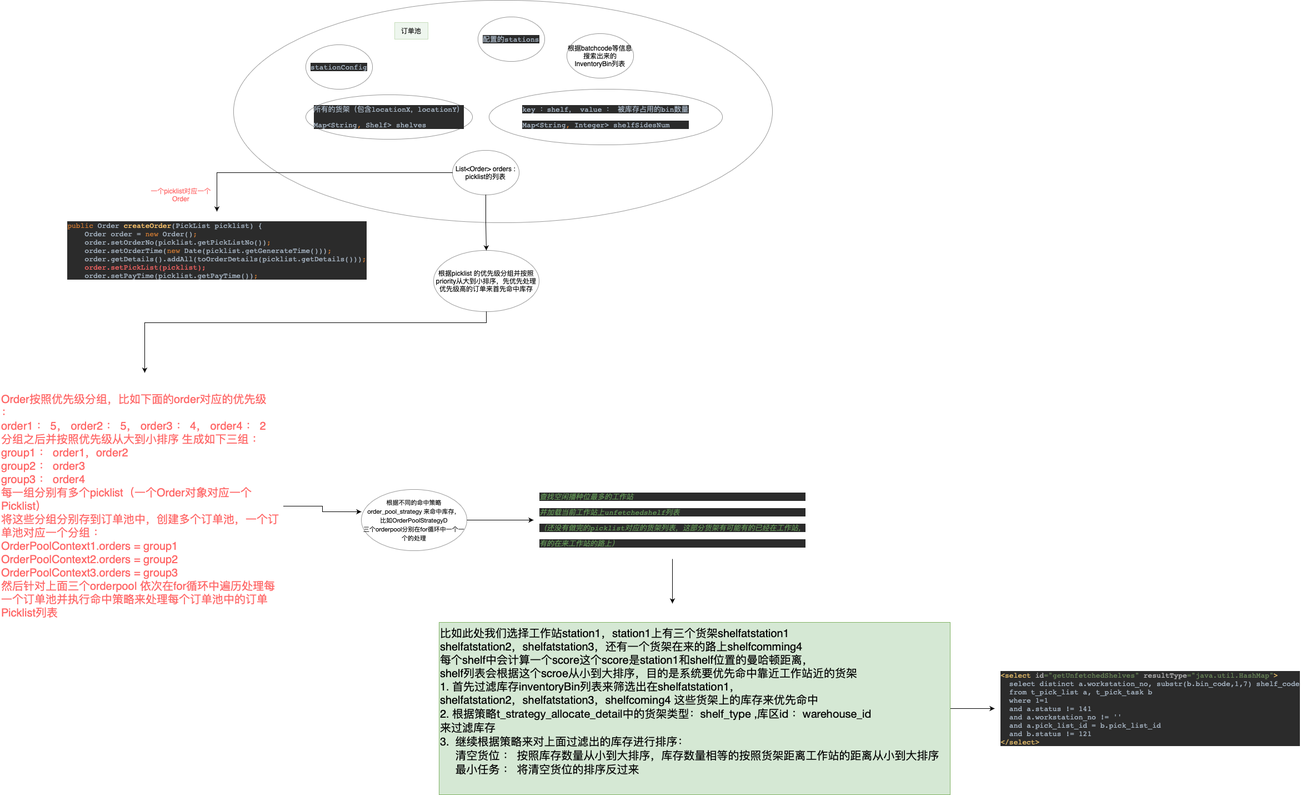
Earlier version of the draw.io export 订单池-命中库存.drawio.png (cong666/flow-chart). Source tidied: cells renumbered, new cells last; positions are measured from the earlier drawing's top-left corner, leaving out a move shared by most shapes.
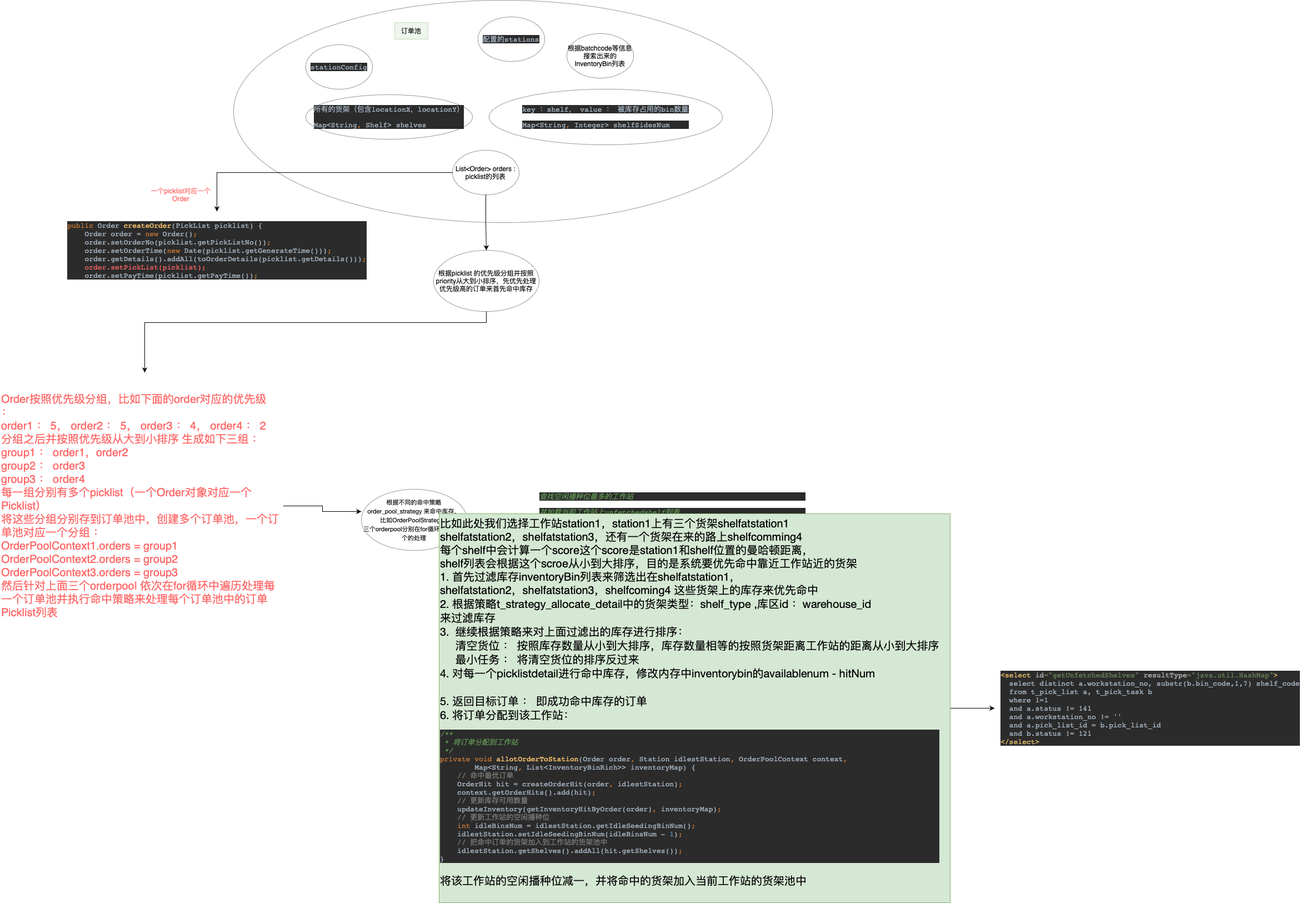
Above is the later version.

Commit message:
更新订单池-命中库存.drawio.png

Change to the diagram source:
```diff
@@ -75,8 +75,8 @@
     <mxCell id="22" style="edgeStyle=orthogonalEdgeStyle;rounded=0;jettySize=auto;html=1;fontSize=20;fontColor=#FF6666;" parent="1" edge="1" source="23" target="24">
       <mxGeometry relative="1" as="geometry" />
     </mxCell>
-    <mxCell id="23" value="比如此处我们选择工作站station1，station1上有三个货架shelfatstation1&lt;br&gt;&lt;div style=&quot;&quot;&gt;shelfatstation2，shelfatstation3，还有一个货架在来的路上shelfcomming4&lt;/div&gt;&lt;div style=&quot;&quot;&gt;每个shelf中会计算一个score这个score是station1和shelf位置的曼哈顿距离，&lt;/div&gt;&lt;div style=&quot;&quot;&gt;shelf列表会根据这个scroe从小到大排序，目的是系统要优先命中靠近工作站近的货架&lt;/div&gt;&lt;div style=&quot;&quot;&gt;1. 首先过滤库存inventoryBin列表来筛选出在shelfatstation1，&lt;/div&gt;shelfatstation2，shelfatstation3，shelfcoming4 这些货架上的库存来优先命中&amp;nbsp;&lt;br&gt;&lt;font style=&quot;font-size: 20px;&quot;&gt;2. 根据策略&lt;span style=&quot;font-family: &amp;quot;Helvetica Neue&amp;quot;;&quot;&gt;&lt;font style=&quot;font-size: 20px;&quot;&gt;t_strategy_allocate_detail中的货架类型：shelf_type ,库区id ：warehouse_id&lt;br&gt;来过滤库存&lt;br&gt;3. &amp;nbsp;继续根据策略来对上面过滤出的库存进行排序：&lt;br&gt;&amp;nbsp; &amp;nbsp; &amp;nbsp;清空货位 ： 按照库存数量从小到大排序，库存数量相等的按照货架距离工作站的距离从小到大排序&lt;br&gt;&amp;nbsp; &amp;nbsp; &amp;nbsp;最小任务 ： 将清空货位的排序反过来&lt;br&gt;&lt;br&gt;&lt;/font&gt;&lt;/span&gt;&lt;/font&gt;" style="text;html=1;align=left;verticalAlign=middle;points=[];strokeColor=#82b366;fillColor=#d5e8d4;fontSize=20;" parent="1" vertex="1">
-      <mxGeometry x="790" y="1119" width="920" height="310" as="geometry" />
+    <mxCell id="23" value="比如此处我们选择工作站station1，station1上有三个货架shelfatstation1&lt;br&gt;&lt;div style=&quot;&quot;&gt;shelfatstation2，shelfatstation3，还有一个货架在来的路上shelfcomming4&lt;/div&gt;&lt;div style=&quot;&quot;&gt;每个shelf中会计算一个score这个score是station1和shelf位置的曼哈顿距离，&lt;/div&gt;&lt;div style=&quot;&quot;&gt;shelf列表会根据这个scroe从小到大排序，目的是系统要优先命中靠近工作站近的货架&lt;/div&gt;&lt;div style=&quot;&quot;&gt;1. 首先过滤库存inventoryBin列表来筛选出在shelfatstation1，&lt;/div&gt;shelfatstation2，shelfatstation3，shelfcoming4 这些货架上的库存来优先命中&amp;nbsp;&lt;br&gt;&lt;font&gt;2. 根据策略&lt;span style=&quot;font-size: 20px; font-family: &amp;quot;Helvetica Neue&amp;quot;;&quot;&gt;&lt;font style=&quot;font-size: 20px;&quot;&gt;t_strategy_allocate_detail中的货架类型：shelf_type ,库区id ：warehouse_id&lt;br&gt;来过滤库存&lt;br&gt;3. &amp;nbsp;继续根据策略来对上面过滤出的库存进行排序：&lt;br&gt;&amp;nbsp; &amp;nbsp; &amp;nbsp;清空货位 ： 按照库存数量从小到大排序，库存数量相等的按照货架距离工作站的距离从小到大排序&lt;br&gt;&amp;nbsp; &amp;nbsp; &amp;nbsp;最小任务 ： 将清空货位的排序反过来&lt;br&gt;4. 对每一个picklistdetail进行命中库存，修改内存中inventorybin的availablenum - hitNum&lt;br&gt;&lt;br&gt;5. 返回目标订单 ： 即成功命中库存的订单&lt;br&gt;6. 将订单分配到该工作站：&lt;br&gt;&lt;/font&gt;&lt;/span&gt;&lt;pre style=&quot;font-size: 9.8pt; background-color: rgb(43, 43, 43); color: rgb(169, 183, 198); font-family: &amp;quot;JetBrains Mono&amp;quot;, monospace;&quot;&gt;&lt;span style=&quot;color: rgb(98, 151, 85); font-style: italic;&quot;&gt;/**&lt;br&gt;&lt;/span&gt;&lt;span style=&quot;color: rgb(98, 151, 85); font-style: italic;&quot;&gt; * 将订单分配到工作站&lt;br&gt;&lt;/span&gt;&lt;span style=&quot;color: rgb(98, 151, 85); font-style: italic;&quot;&gt; */&lt;br&gt;&lt;/span&gt;&lt;span style=&quot;color: rgb(204, 120, 50);&quot;&gt;private void &lt;/span&gt;&lt;span style=&quot;color: rgb(255, 198, 109);&quot;&gt;allotOrderToStation&lt;/span&gt;(Order order&lt;span style=&quot;color: rgb(204, 120, 50);&quot;&gt;, &lt;/span&gt;Station idlestStation&lt;span style=&quot;color: rgb(204, 120, 50);&quot;&gt;, &lt;/span&gt;OrderPoolContext context&lt;span style=&quot;color: rgb(204, 120, 50);&quot;&gt;,&lt;br&gt;&lt;/span&gt;&lt;span style=&quot;color: rgb(204, 120, 50);&quot;&gt;        &lt;/span&gt;Map&amp;lt;String&lt;span style=&quot;color: rgb(204, 120, 50);&quot;&gt;, &lt;/span&gt;List&amp;lt;InventoryBinRich&amp;gt;&amp;gt; inventoryMap) {&lt;br&gt;    &lt;span style=&quot;color: rgb(128, 128, 128);&quot;&gt;// 命中最优订单&lt;br&gt;&lt;/span&gt;&lt;span style=&quot;color: rgb(128, 128, 128);&quot;&gt;    &lt;/span&gt;OrderHit hit = createOrderHit(order&lt;span style=&quot;color: rgb(204, 120, 50);&quot;&gt;, &lt;/span&gt;idlestStation)&lt;span style=&quot;color: rgb(204, 120, 50);&quot;&gt;;&lt;br&gt;&lt;/span&gt;&lt;span style=&quot;color: rgb(204, 120, 50);&quot;&gt;    &lt;/span&gt;context.getOrderHits().add(hit)&lt;span style=&quot;color: rgb(204, 120, 50);&quot;&gt;;&lt;br&gt;&lt;/span&gt;&lt;span style=&quot;color: rgb(204, 120, 50);&quot;&gt;    &lt;/span&gt;&lt;span style=&quot;color: rgb(128, 128, 128);&quot;&gt;// 更新库存可用数量&lt;br&gt;&lt;/span&gt;&lt;span style=&quot;color: rgb(128, 128, 128);&quot;&gt;    &lt;/span&gt;updateInventory(getInventoryHitByOrder(order)&lt;span style=&quot;color: rgb(204, 120, 50);&quot;&gt;, &lt;/span&gt;inventoryMap)&lt;span style=&quot;color: rgb(204, 120, 50);&quot;&gt;;&lt;br&gt;&lt;/span&gt;&lt;span style=&quot;color: rgb(204, 120, 50);&quot;&gt;    &lt;/span&gt;&lt;span style=&quot;color: rgb(128, 128, 128);&quot;&gt;// 更新工作站的空闲播种位&lt;br&gt;&lt;/span&gt;&lt;span style=&quot;color: rgb(128, 128, 128);&quot;&gt;    &lt;/span&gt;&lt;span style=&quot;color: rgb(204, 120, 50);&quot;&gt;int &lt;/span&gt;idleBinsNum = idlestStation.getIdleSeedingBinNum()&lt;span style=&quot;color: rgb(204, 120, 50);&quot;&gt;;&lt;br&gt;&lt;/span&gt;&lt;span style=&quot;color: rgb(204, 120, 50);&quot;&gt;    &lt;/span&gt;idlestStation.setIdleSeedingBinNum(idleBinsNum - &lt;span style=&quot;color: rgb(104, 151, 187);&quot;&gt;1&lt;/span&gt;)&lt;span style=&quot;color: rgb(204, 120, 50);&quot;&gt;;&lt;br&gt;&lt;/span&gt;&lt;span style=&quot;color: rgb(204, 120, 50);&quot;&gt;    &lt;/span&gt;&lt;span style=&quot;color: rgb(128, 128, 128);&quot;&gt;// 把命中订单的货架加入到工作站的货架池中&lt;br&gt;&lt;/span&gt;&lt;span style=&quot;color: rgb(128, 128, 128);&quot;&gt;    &lt;/span&gt;idlestStation.getShelves().addAll(hit.getShelves())&lt;span style=&quot;color: rgb(204, 120, 50);&quot;&gt;;&lt;br&gt;&lt;/span&gt;}&lt;/pre&gt;&lt;pre&gt;&lt;font face=&quot;Helvetica Neue&quot;&gt;将该工作站的空闲播种位减一，并将命中的货架加入当前工作站的货架池中&lt;/font&gt;&lt;/pre&gt;&lt;/font&gt;" style="text;html=1;align=left;verticalAlign=middle;points=[];strokeColor=#82b366;fillColor=#d5e8d4;fontSize=20;" parent="1" vertex="1">
+      <mxGeometry x="790" y="924" width="920" height="700" as="geometry" />
     </mxCell>
     <mxCell id="24" value="&lt;pre style=&quot;text-align: start; background-color: rgb(43, 43, 43); color: rgb(169, 183, 198); font-family: &amp;quot;JetBrains Mono&amp;quot;, monospace; font-size: 9.8pt;&quot;&gt;&lt;span style=&quot;color: rgb(232, 191, 106);&quot;&gt;&amp;lt;select &lt;/span&gt;&lt;span style=&quot;color: rgb(186, 186, 186);&quot;&gt;id&lt;/span&gt;&lt;span style=&quot;color: rgb(106, 135, 89);&quot;&gt;=&quot;getUnfetchedShelves&quot; &lt;/span&gt;&lt;span style=&quot;color: rgb(186, 186, 186);&quot;&gt;resultType&lt;/span&gt;&lt;span style=&quot;color: rgb(106, 135, 89);&quot;&gt;=&quot;java.util.HashMap&quot;&lt;/span&gt;&lt;span style=&quot;color: rgb(232, 191, 106);&quot;&gt;&amp;gt;&lt;br&gt;&lt;/span&gt;&lt;span style=&quot;color: rgb(232, 191, 106);&quot;&gt;  &lt;/span&gt;select distinct a.workstation_no, substr(b.bin_code,1,7) shelf_code&lt;br&gt;  from t_pick_list a, t_pick_task b&lt;br&gt;  where 1=1&lt;br&gt;  and a.status != 141&lt;br&gt;  and a.workstation_no != ''&lt;br&gt;  and a.pick_list_id = b.pick_list_id&lt;br&gt;  and b.status != 121&lt;br&gt;&lt;span style=&quot;color: rgb(232, 191, 106);&quot;&gt;&amp;lt;/select&amp;gt;&lt;/span&gt;&lt;/pre&gt;" style="text;html=1;align=center;verticalAlign=middle;points=[];strokeColor=none;fillColor=none;fontSize=20;fontColor=#FF6666;" parent="1" vertex="1">
       <mxGeometry x="1790" y="1189" width="560" height="170" as="geometry" />
```
